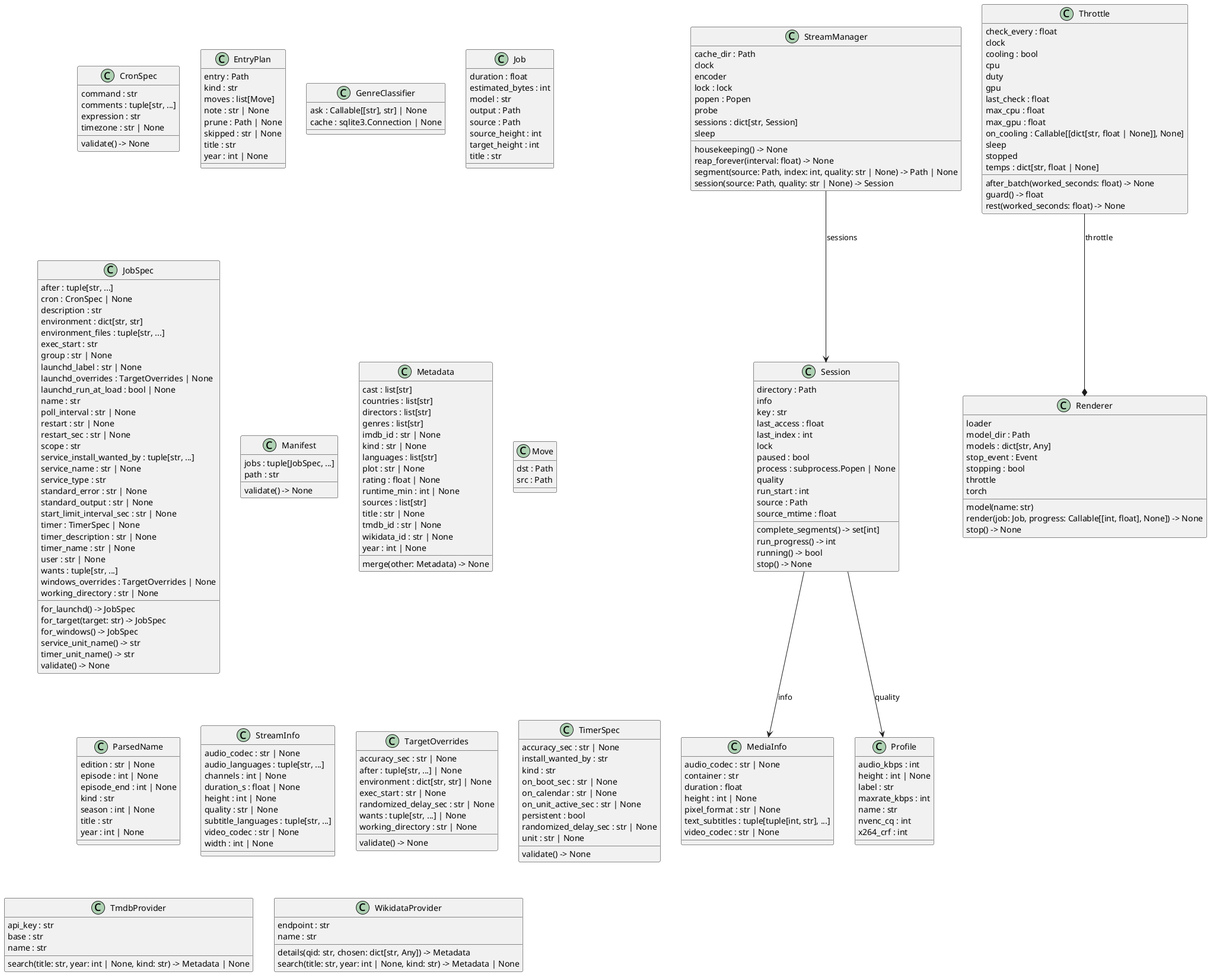
Before: docs/diagrams/python-classes.puml.png, a diagram exported from PlantUML (casonk/clockwork).
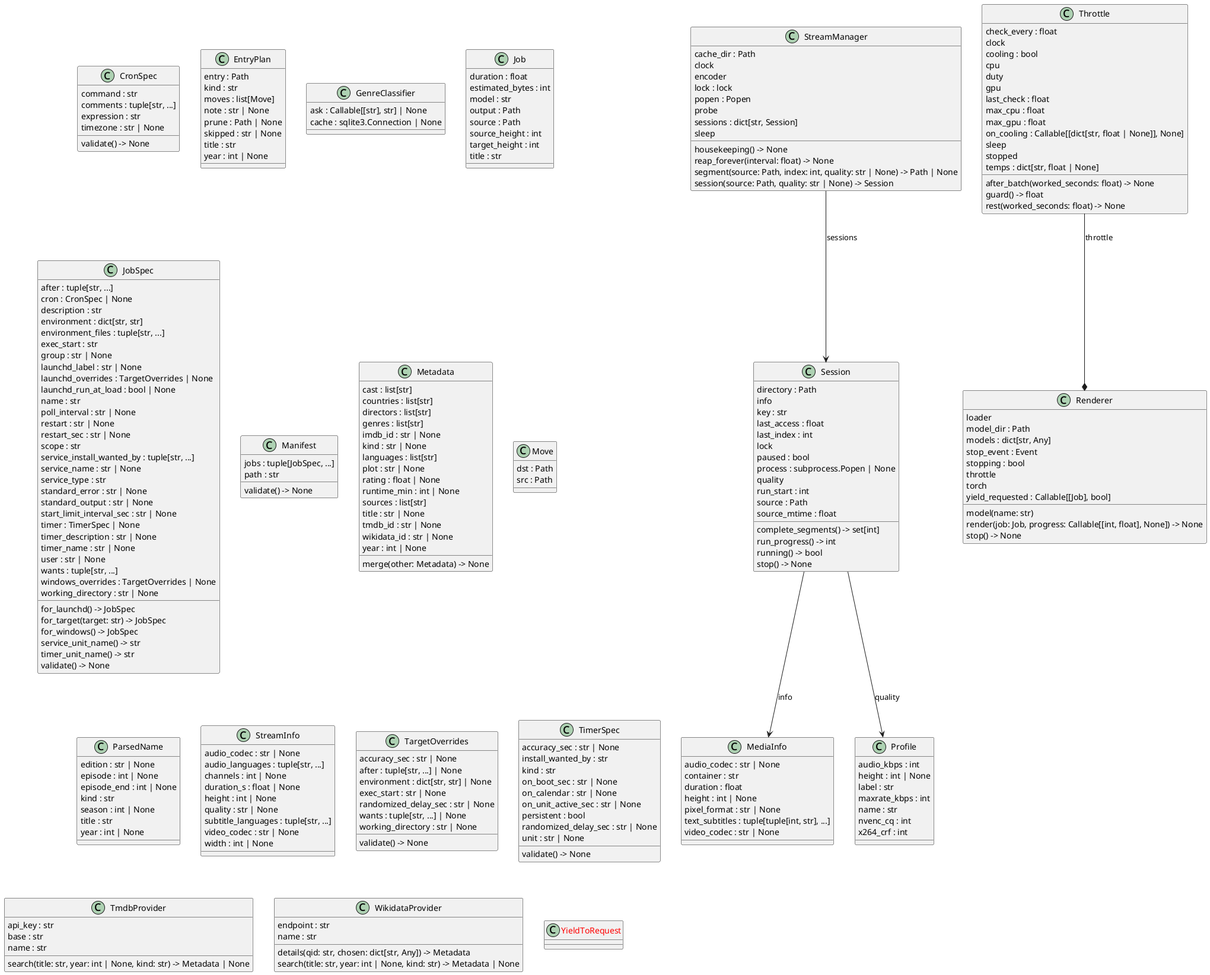
After the commit.

The edit, as a diff of the source:
```diff
@@ -1,4 +1,4 @@
-@startuml classes_clockwork
+@startuml classes_checkout
 set namespaceSeparator none
 class "CronSpec" as src.clockwork.model.CronSpec {
   command : str
@@ -129,6 +129,7 @@
   stopping : bool
   throttle
   torch
+  yield_requested : Callable[[Job], bool]
   model(name: str)
   render(job: Job, progress: Callable[[int, float], None]) -> None
   stop() -> None
@@ -228,6 +229,8 @@
   details(qid: str, chosen: dict[str, Any]) -> Metadata
   search(title: str, year: int | None, kind: str) -> Metadata | None
 }
+class "<color:red>YieldToRequest</color>" as web.upscale.YieldToRequest {
+}
 web.streaming.Session --> web.streaming.MediaInfo : info
 web.streaming.Session --> web.streaming.Profile : quality
 web.streaming.StreamManager --> web.streaming.Session : sessions
```
